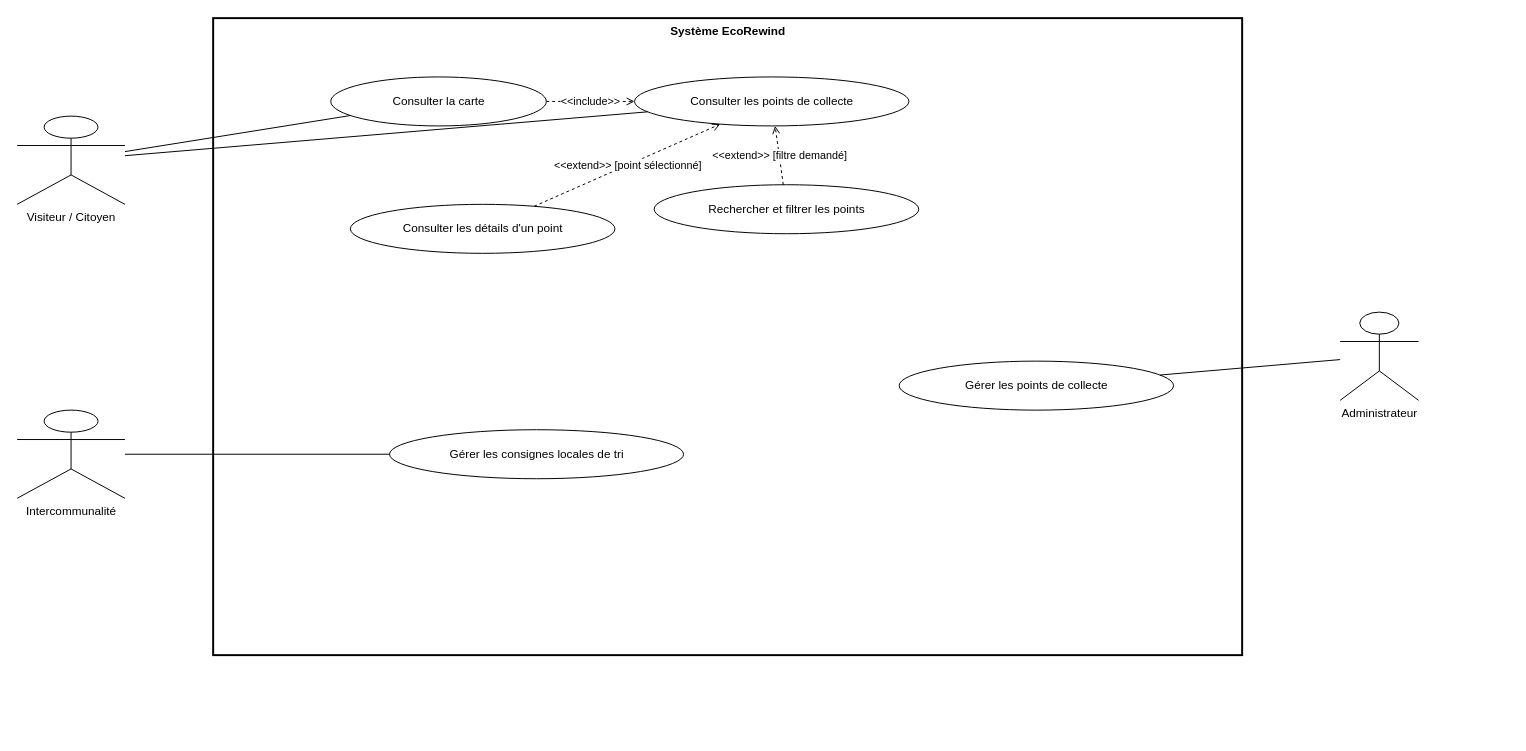
Above: usecase_sprint2_collection_points.drawio in ahmedbs94/dechet (draw.io), before the change. Source tidied: cells renumbered, new cells numbered last; positions are measured from the earlier drawing's top-left corner, leaving out a move shared by most shapes. Both pictures are drawn from the tidied source at 98%, with x=0, y=0 at pixel (17, 18).
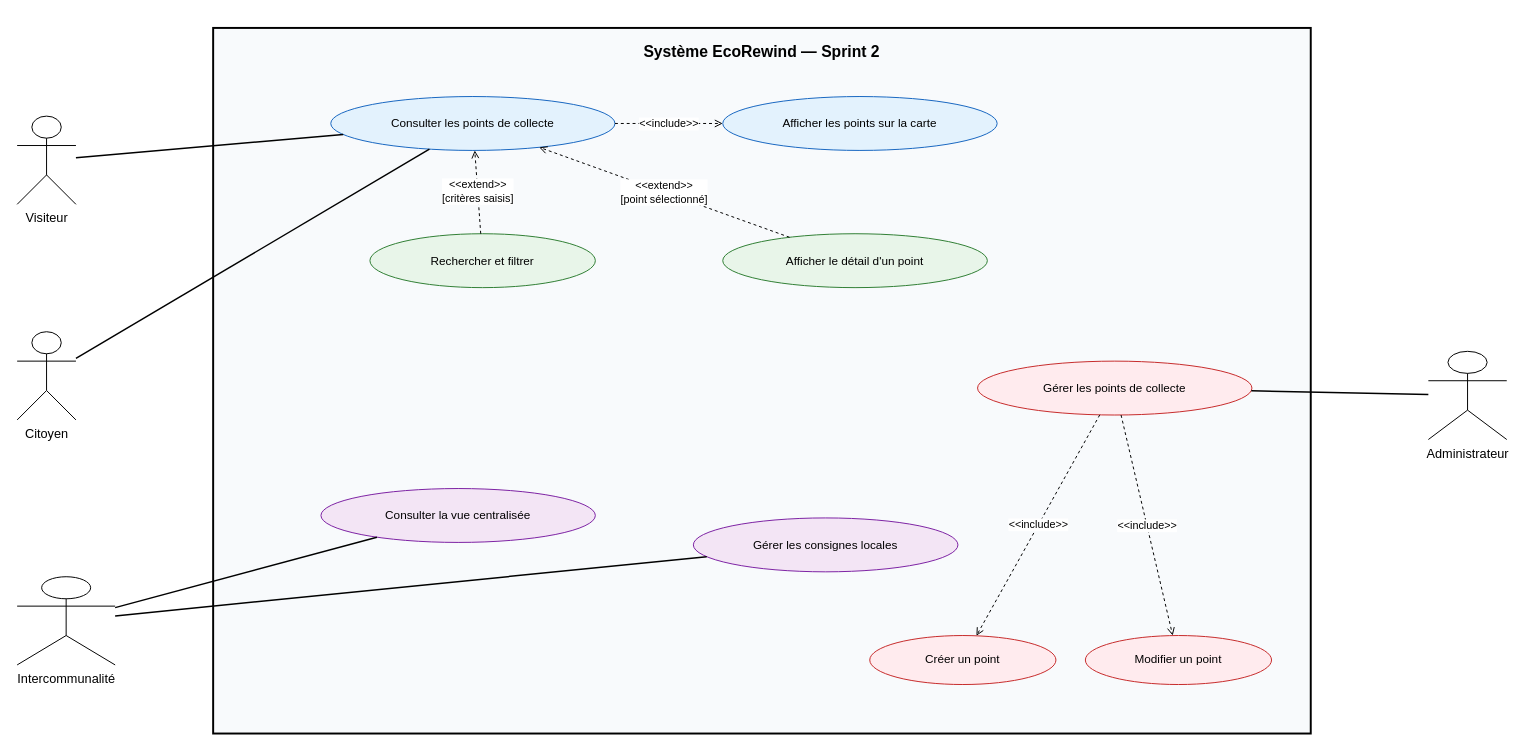
Above is the later version.

Commit message (it also covers changes not shown here):
docs: correct Release 1 use-case diagrams and add Sprint 1 class model

What changed in the source:
```diff
@@
-    <mxCell id="2" value="&lt;b&gt;Système EcoRewind&lt;/b&gt;" style="rounded=0;html=1;verticalAlign=top;align=center;fontStyle=1;strokeWidth=2;" parent="1" vertex="1">
-      <mxGeometry x="200" width="1050" height="650" as="geometry" />
+    <mxCell id="2" value="&lt;b&gt;Système EcoRewind — Sprint 2&lt;/b&gt;" style="rounded=0;whiteSpace=wrap;html=1;verticalAlign=top;align=center;spacingTop=8;strokeWidth=2;fontSize=16;fillColor=#f8fafc;" parent="1" vertex="1">
+      <mxGeometry x="200" y="10" width="1120" height="720" as="geometry" />
     </mxCell>
-    <mxCell id="3" value="Visiteur / Citoyen" style="shape=umlActor;verticalLabelPosition=bottom;verticalAlign=top;html=1;" parent="1" vertex="1">
-      <mxGeometry y="100" width="110" height="90" as="geometry" />
-    </mxCell>
+    <mxCell id="19" value="Visiteur" style="shape=umlActor;verticalLabelPosition=bottom;verticalAlign=top;html=1;fontSize=13;" parent="1" vertex="1">
+      <mxGeometry y="100" width="60" height="90" as="geometry" />
+    </mxCell>
+    <mxCell id="20" value="Citoyen" style="shape=umlActor;verticalLabelPosition=bottom;verticalAlign=top;html=1;fontSize=13;" parent="1" vertex="1">
+      <mxGeometry y="320" width="60" height="90" as="geometry" />
+    </mxCell>
-    <mxCell id="4" value="Intercommunalité" style="shape=umlActor;verticalLabelPosition=bottom;verticalAlign=top;html=1;" parent="1" vertex="1">
-      <mxGeometry y="400" width="110" height="90" as="geometry" />
+    <mxCell id="4" value="Intercommunalité" style="shape=umlActor;verticalLabelPosition=bottom;verticalAlign=top;html=1;fontSize=13;" parent="1" vertex="1">
+      <mxGeometry y="570" width="100" height="90" as="geometry" />
     </mxCell>
-    <mxCell id="5" value="Administrateur" style="shape=umlActor;verticalLabelPosition=bottom;verticalAlign=top;html=1;" parent="1" vertex="1">
-      <mxGeometry x="1350" y="300" width="80" height="90" as="geometry" />
+    <mxCell id="5" value="Administrateur" style="shape=umlActor;verticalLabelPosition=bottom;verticalAlign=top;html=1;fontSize=13;" parent="1" vertex="1">
+      <mxGeometry x="1440" y="340" width="80" height="90" as="geometry" />
     </mxCell>
+    <mxCell id="7" value="Consulter les points de collecte" style="ellipse;whiteSpace=wrap;html=1;fillColor=#e3f2fd;strokeColor=#1565c0;fontSize=12;" parent="1" vertex="1">
+      <mxGeometry x="320" y="80" width="290" height="55" as="geometry" />
+    </mxCell>
-    <mxCell id="6" value="Consulter la carte" style="ellipse;html=1;" parent="1" vertex="1">
-      <mxGeometry x="320" y="60" width="220" height="50" as="geometry" />
+    <mxCell id="6" value="Afficher les points sur la carte" style="ellipse;whiteSpace=wrap;html=1;fillColor=#e3f2fd;strokeColor=#1565c0;fontSize=12;" parent="1" vertex="1">
+      <mxGeometry x="720" y="80" width="280" height="55" as="geometry" />
     </mxCell>
-    <mxCell id="7" value="Consulter les points de collecte" style="ellipse;html=1;" parent="1" vertex="1">
-      <mxGeometry x="630" y="60" width="280" height="50" as="geometry" />
-    </mxCell>
-    <mxCell id="8" value="Rechercher et filtrer les points" style="ellipse;html=1;" parent="1" vertex="1">
-      <mxGeometry x="650" y="170" width="270" height="50" as="geometry" />
+    <mxCell id="8" value="Rechercher et filtrer" style="ellipse;whiteSpace=wrap;html=1;fillColor=#e8f5e9;strokeColor=#2e7d32;fontSize=12;" parent="1" vertex="1">
+      <mxGeometry x="360" y="220" width="230" height="55" as="geometry" />
     </mxCell>
-    <mxCell id="9" value="Consulter les détails d'un point" style="ellipse;html=1;" parent="1" vertex="1">
-      <mxGeometry x="340" y="190" width="270" height="50" as="geometry" />
+    <mxCell id="9" value="Afficher le détail d'un point" style="ellipse;whiteSpace=wrap;html=1;fillColor=#e8f5e9;strokeColor=#2e7d32;fontSize=12;" parent="1" vertex="1">
+      <mxGeometry x="720" y="220" width="270" height="55" as="geometry" />
     </mxCell>
+    <mxCell id="21" value="Consulter la vue centralisée" style="ellipse;whiteSpace=wrap;html=1;fillColor=#f3e5f5;strokeColor=#7b1fa2;fontSize=12;" parent="1" vertex="1">
+      <mxGeometry x="310" y="480" width="280" height="55" as="geometry" />
+    </mxCell>
+    <mxCell id="22" value="Gérer les consignes locales" style="ellipse;whiteSpace=wrap;html=1;fillColor=#f3e5f5;strokeColor=#7b1fa2;fontSize=12;" parent="1" vertex="1">
+      <mxGeometry x="690" y="510" width="270" height="55" as="geometry" />
+    </mxCell>
-    <mxCell id="10" value="Gérer les points de collecte" style="ellipse;html=1;" parent="1" vertex="1">
-      <mxGeometry x="900" y="350" width="280" height="50" as="geometry" />
+    <mxCell id="10" value="Gérer les points de collecte" style="ellipse;whiteSpace=wrap;html=1;fillColor=#ffebee;strokeColor=#c62828;fontSize=12;" parent="1" vertex="1">
+      <mxGeometry x="980" y="350" width="280" height="55" as="geometry" />
     </mxCell>
-    <mxCell id="11" value="Gérer les consignes locales de tri" style="ellipse;html=1;" parent="1" vertex="1">
-      <mxGeometry x="380" y="420" width="300" height="50" as="geometry" />
-    </mxCell>
-    <mxCell id="12" style="endArrow=none;html=1;" parent="1" edge="1" source="3" target="6">
-      <mxGeometry relative="1" as="geometry" />
-    </mxCell>
-    <mxCell id="13" style="endArrow=none;html=1;" parent="1" edge="1" source="3" target="7">
-      <mxGeometry relative="1" as="geometry" />
-    </mxCell>
-    <mxCell id="14" style="endArrow=none;html=1;" parent="1" edge="1" source="4" target="11">
-      <mxGeometry relative="1" as="geometry" />
-    </mxCell>
+    <mxCell id="23" value="Créer un point" style="ellipse;whiteSpace=wrap;html=1;fillColor=#ffebee;strokeColor=#c62828;fontSize=12;" parent="1" vertex="1">
+      <mxGeometry x="870" y="630" width="190" height="50" as="geometry" />
+    </mxCell>
+    <mxCell id="24" value="Modifier un point" style="ellipse;whiteSpace=wrap;html=1;fillColor=#ffebee;strokeColor=#c62828;fontSize=12;" parent="1" vertex="1">
+      <mxGeometry x="1090" y="630" width="190" height="50" as="geometry" />
+    </mxCell>
+    <mxCell id="25" style="endArrow=none;html=1;strokeWidth=1.5;" parent="1" edge="1" source="19" target="7">
+      <mxGeometry relative="1" as="geometry" />
+    </mxCell>
+    <mxCell id="26" style="endArrow=none;html=1;strokeWidth=1.5;" parent="1" edge="1" source="20" target="7">
+      <mxGeometry relative="1" as="geometry" />
+    </mxCell>
+    <mxCell id="27" style="endArrow=none;html=1;strokeWidth=1.5;" parent="1" edge="1" source="4" target="21">
+      <mxGeometry relative="1" as="geometry" />
+    </mxCell>
+    <mxCell id="28" style="endArrow=none;html=1;strokeWidth=1.5;" parent="1" edge="1" source="4" target="22">
+      <mxGeometry relative="1" as="geometry" />
+    </mxCell>
-    <mxCell id="15" style="endArrow=none;html=1;" parent="1" edge="1" source="5" target="10">
+    <mxCell id="15" style="endArrow=none;html=1;strokeWidth=1.5;" parent="1" edge="1" source="5" target="10">
       <mxGeometry relative="1" as="geometry" />
     </mxCell>
-    <mxCell id="16" value="&amp;lt;&amp;lt;include&amp;gt;&amp;gt;" style="dashed=1;endArrow=open;html=1;" parent="1" edge="1" source="6" target="7">
-      <mxGeometry relative="1" as="geometry" />
-    </mxCell>
+    <mxCell id="29" value="&amp;lt;&amp;lt;include&amp;gt;&amp;gt;" style="dashed=1;endArrow=open;html=1;" parent="1" edge="1" source="7" target="6">
+      <mxGeometry relative="1" as="geometry" />
+    </mxCell>
-    <mxCell id="17" value="&amp;lt;&amp;lt;extend&amp;gt;&amp;gt; [filtre demandé]" style="dashed=1;endArrow=open;html=1;" parent="1" edge="1" source="8" target="7">
+    <mxCell id="17" value="&amp;lt;&amp;lt;extend&amp;gt;&amp;gt;&lt;br&gt;[critères saisis]" style="dashed=1;endArrow=open;html=1;" parent="1" edge="1" source="8" target="7">
       <mxGeometry relative="1" as="geometry" />
     </mxCell>
-    <mxCell id="18" value="&amp;lt;&amp;lt;extend&amp;gt;&amp;gt; [point sélectionné]" style="dashed=1;endArrow=open;html=1;" parent="1" edge="1" source="9" target="7">
+    <mxCell id="18" value="&amp;lt;&amp;lt;extend&amp;gt;&amp;gt;&lt;br&gt;[point sélectionné]" style="dashed=1;endArrow=open;html=1;" parent="1" edge="1" source="9" target="7">
       <mxGeometry relative="1" as="geometry" />
     </mxCell>
+    <mxCell id="30" value="&amp;lt;&amp;lt;include&amp;gt;&amp;gt;" style="dashed=1;endArrow=open;html=1;" parent="1" edge="1" source="10" target="23">
+      <mxGeometry relative="1" as="geometry" />
+    </mxCell>
+    <mxCell id="31" value="&amp;lt;&amp;lt;include&amp;gt;&amp;gt;" style="dashed=1;endArrow=open;html=1;" parent="1" edge="1" source="10" target="24">
+      <mxGeometry relative="1" as="geometry" />
+    </mxCell>
```
